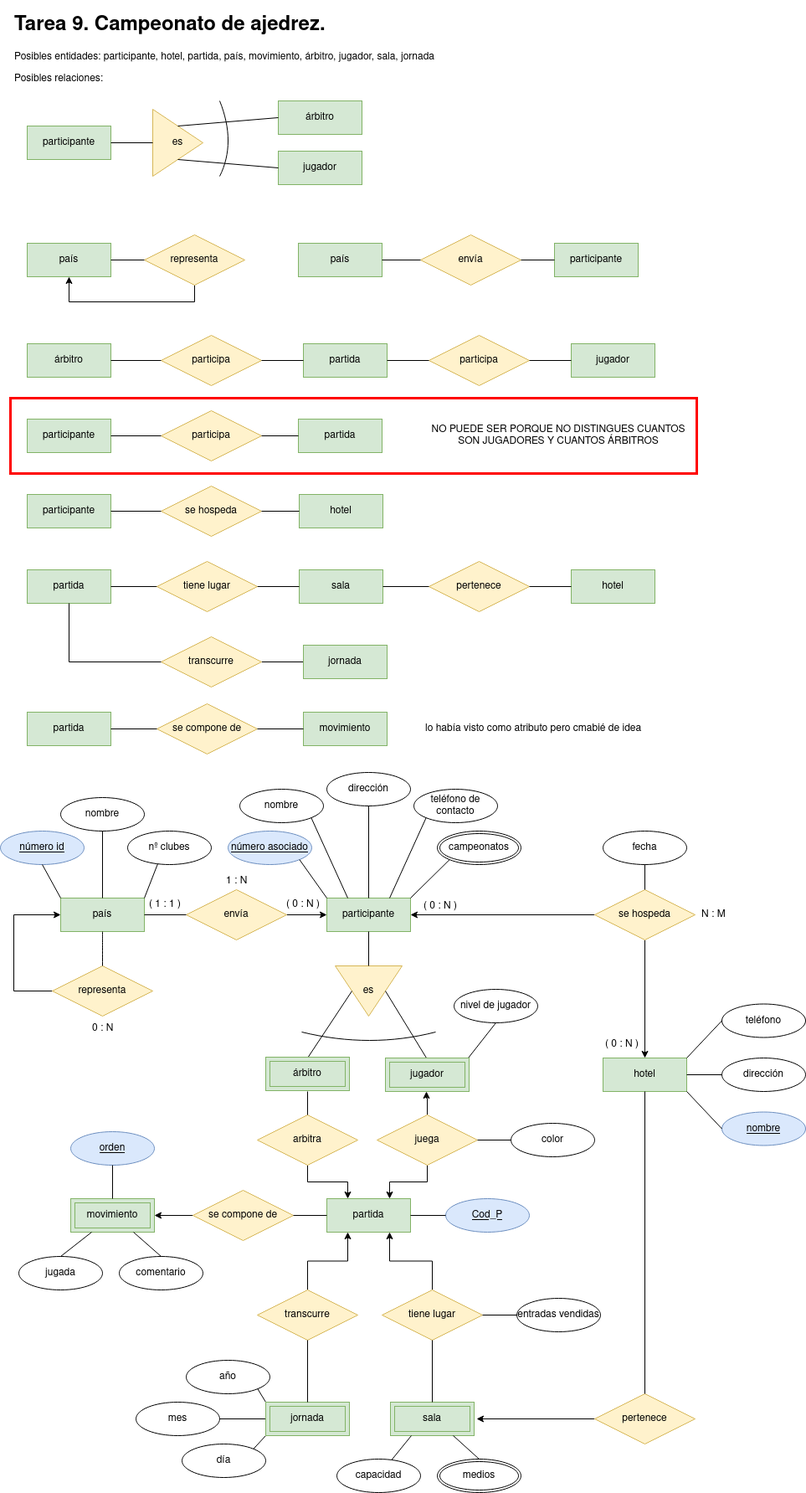
Before: tarea9.png, a diagram exported from draw.io (javigh193/bae). Source tidied: cells renumbered, new cells last; positions are measured from the earlier drawing's top-left corner, leaving out a move shared by most shapes.
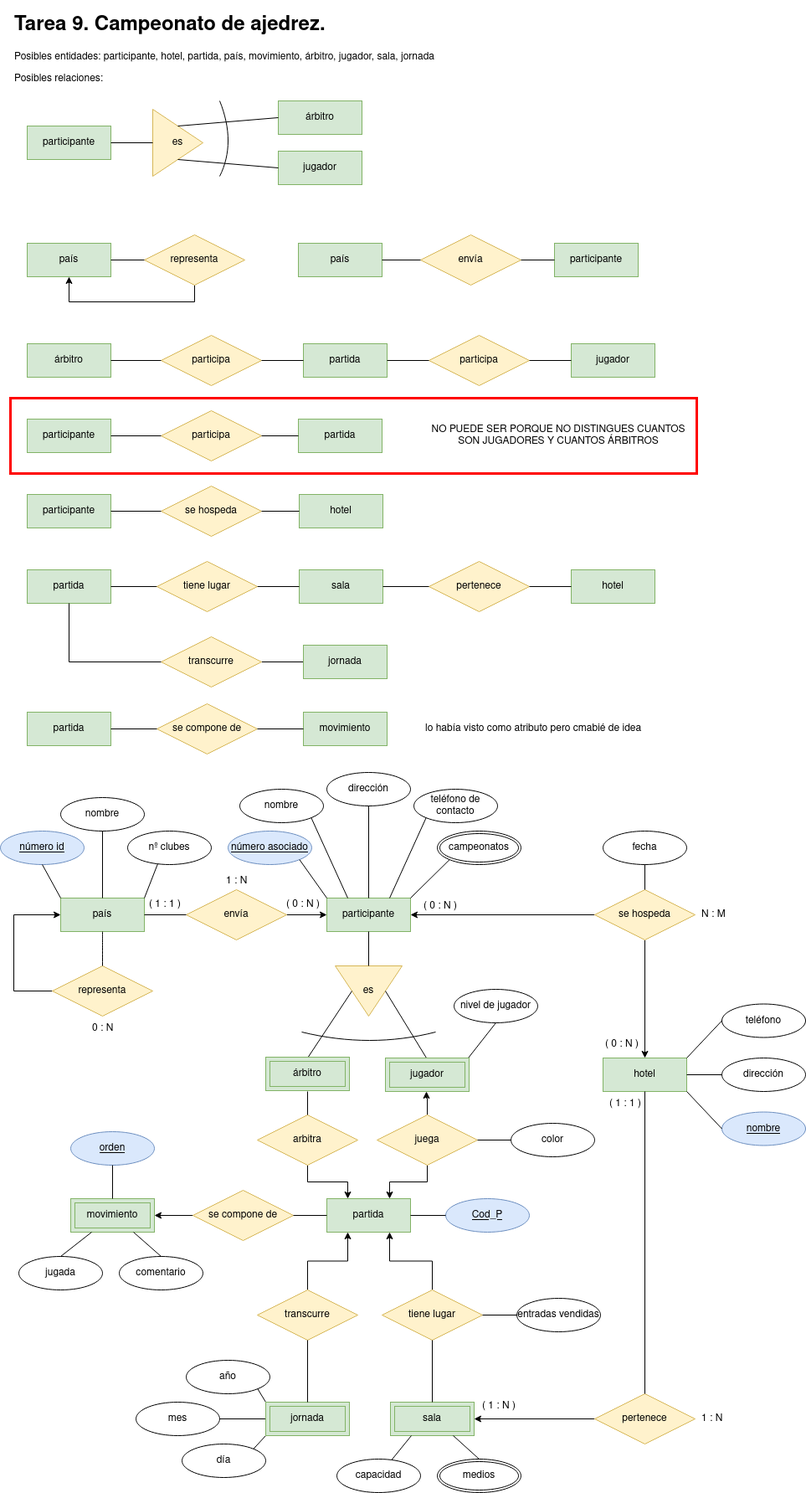
The same file after the commit.

The edit, as a diff of the source:
```diff
@@ -192,10 +192,8 @@
     <mxCell id="61" value="hotel" style="whiteSpace=wrap;html=1;align=center;fillColor=#d5e8d4;strokeColor=#82b366;" parent="1" vertex="1">
       <mxGeometry x="720" y="1253" width="100" height="40" as="geometry" />
     </mxCell>
-    <mxCell id="62" style="edgeStyle=orthogonalEdgeStyle;rounded=0;jettySize=auto;html=1;entryX=1;entryY=0.5;entryDx=0;entryDy=0;" parent="1" edge="1" source="63">
-      <mxGeometry relative="1" as="geometry">
-        <mxPoint x="569" y="1684" as="targetPoint" />
-      </mxGeometry>
+    <mxCell id="62" style="edgeStyle=orthogonalEdgeStyle;rounded=0;jettySize=auto;html=1;entryX=1;entryY=0.5;entryDx=0;entryDy=0;" parent="1" edge="1" source="63" target="105">
+      <mxGeometry relative="1" as="geometry" />
     </mxCell>
     <mxCell id="63" value="pertenece" style="shape=rhombus;perimeter=rhombusPerimeter;whiteSpace=wrap;html=1;align=center;fillColor=#fff2cc;strokeColor=#d6b656;" parent="1" vertex="1">
       <mxGeometry x="710" y="1654" width="120" height="60" as="geometry" />
@@ -503,5 +501,14 @@
     <mxCell id="155" value="N : M" style="text;strokeColor=none;fillColor=none;spacingLeft=4;spacingRight=4;overflow=hidden;fontSize=12;" parent="1" vertex="1">
       <mxGeometry x="832" y="1067" width="45" height="30" as="geometry" />
     </mxCell>
+    <mxCell id="156" value="( 1 : N )" style="text;strokeColor=none;fillColor=none;spacingLeft=4;spacingRight=4;overflow=hidden;fontSize=12;" parent="1" vertex="1">
+      <mxGeometry x="570" y="1654" width="52.5" height="30" as="geometry" />
+    </mxCell>
+    <mxCell id="157" value="( 1 : 1 )" style="text;strokeColor=none;fillColor=none;spacingLeft=4;spacingRight=4;overflow=hidden;fontSize=12;" parent="1" vertex="1">
+      <mxGeometry x="722" y="1293" width="60" height="30" as="geometry" />
+    </mxCell>
+    <mxCell id="158" value="1 : N " style="text;strokeColor=none;fillColor=none;spacingLeft=4;spacingRight=4;overflow=hidden;fontSize=12;" parent="1" vertex="1">
+      <mxGeometry x="832" y="1669" width="45" height="30" as="geometry" />
+    </mxCell>
   </root>
 </mxGraphModel>
```
